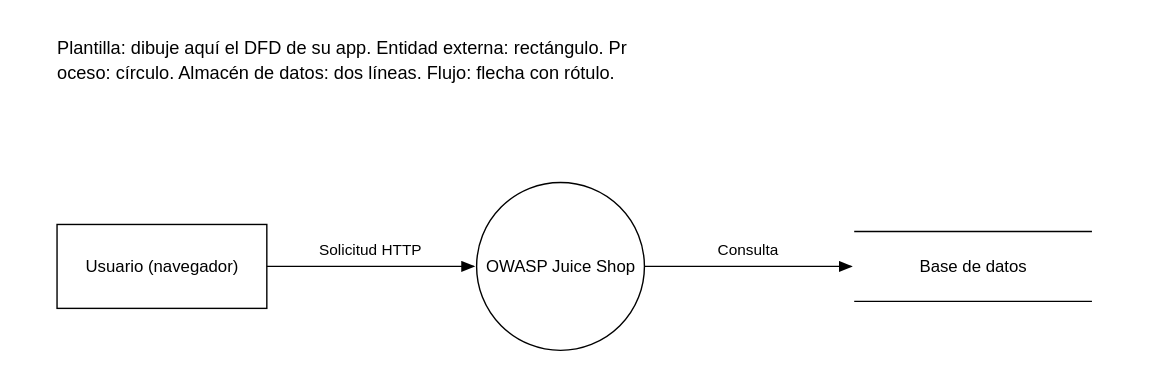
The draw.io diagram seguridad/fase-2/dfd.drawio.svg in ManfredAzofeifa/sdlc-juice-shop-equipo-2, before a commit. Source tidied: cells renumbered, new cells last; positions are measured from the earlier drawing's top-left corner, leaving out a move shared by most shapes. Its diagram source:
```xml
<mxGraphModel>
  <root>
    <mxCell id="0" />
    <mxCell id="1" parent="0" />
    <mxCell id="2" value="Plantilla: dibuje aquí el DFD de su app. Entidad externa: rectángulo. Proceso: círculo. Almacén de datos: dos líneas. Flujo: flecha con rótulo." style="text;html=1;align=left;verticalAlign=top;whiteSpace=wrap;fontSize=13;" parent="1" vertex="1">
      <mxGeometry width="740" height="40" as="geometry" />
    </mxCell>
    <mxCell id="3" value="Usuario (navegador)" style="rounded=0;whiteSpace=wrap;html=1;" parent="1" vertex="1">
      <mxGeometry y="140" width="150" height="60" as="geometry" />
    </mxCell>
    <mxCell id="4" value="OWASP Juice Shop" style="ellipse;whiteSpace=wrap;html=1;" parent="1" vertex="1">
      <mxGeometry x="300" y="110" width="120" height="120" as="geometry" />
    </mxCell>
    <mxCell id="5" value="Base de datos" style="shape=partialRectangle;whiteSpace=wrap;html=1;left=0;right=0;fillColor=none;" parent="1" vertex="1">
      <mxGeometry x="570" y="145" width="170" height="50" as="geometry" />
    </mxCell>
    <mxCell id="6" value="Solicitud HTTP" style="endArrow=classic;html=1;" parent="1" edge="1" source="3" target="4">
      <mxGeometry relative="1" as="geometry" />
    </mxCell>
    <mxCell id="7" value="Consulta" style="endArrow=classic;html=1;" parent="1" edge="1" source="4" target="5">
      <mxGeometry relative="1" as="geometry" />
    </mxCell>
  </root>
</mxGraphModel>
```
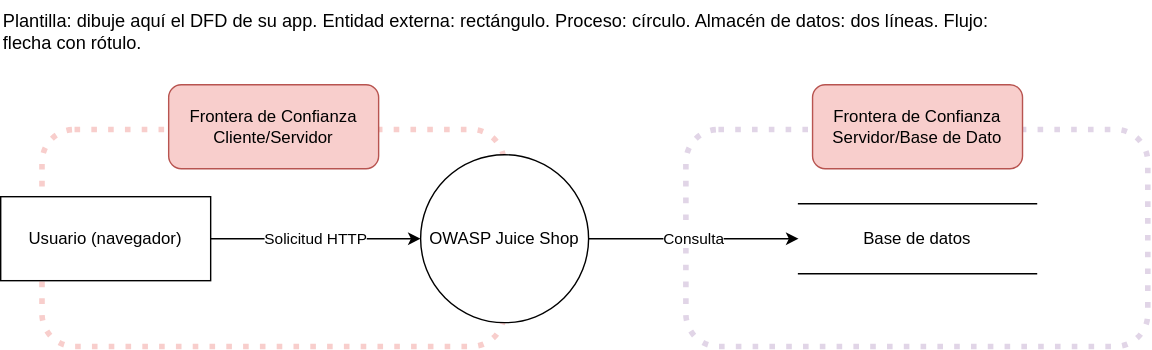
After the commit.

The edit, as a diff of the source:
```diff
@@ -2,6 +2,12 @@
   <root>
     <mxCell id="0" />
     <mxCell id="1" parent="0" />
+    <mxCell id="8" style="rounded=1;whiteSpace=wrap;html=1;roundedPerimeter=1;dashed=1;dashPattern=1 2;fillColor=none;strokeWidth=4;strokeColor=light-dark(#e1d5e7, #ededed);perimeterSpacing=19;" parent="1" vertex="1">
+      <mxGeometry x="490" y="92.5" width="330" height="155" as="geometry" />
+    </mxCell>
+    <mxCell id="9" style="rounded=1;whiteSpace=wrap;html=1;roundedPerimeter=1;dashed=1;dashPattern=1 2;fillColor=none;strokeWidth=4;strokeColor=light-dark(#f8cecc, #ededed);perimeterSpacing=19;" parent="1" vertex="1">
+      <mxGeometry x="30" y="92.5" width="330" height="155" as="geometry" />
+    </mxCell>
     <mxCell id="2" value="Plantilla: dibuje aquí el DFD de su app. Entidad externa: rectángulo. Proceso: círculo. Almacén de datos: dos líneas. Flujo: flecha con rótulo." style="text;html=1;align=left;verticalAlign=top;whiteSpace=wrap;fontSize=13;" parent="1" vertex="1">
       <mxGeometry width="740" height="40" as="geometry" />
     </mxCell>
@@ -20,5 +26,11 @@
     <mxCell id="7" value="Consulta" style="endArrow=classic;html=1;" parent="1" edge="1" source="4" target="5">
       <mxGeometry relative="1" as="geometry" />
     </mxCell>
+    <mxCell id="10" value="Frontera de Confianza&lt;br&gt;Cliente/Servidor" style="rounded=1;whiteSpace=wrap;html=1;roundedPerimeter=1;fillColor=#f8cecc;strokeColor=#b85450;" parent="1" vertex="1">
+      <mxGeometry x="120" y="60" width="150" height="60" as="geometry" />
+    </mxCell>
+    <mxCell id="11" value="Frontera de Confianza&lt;br&gt;Servidor/Base de Dato" style="rounded=1;whiteSpace=wrap;html=1;roundedPerimeter=1;fillColor=#f8cecc;strokeColor=#b85450;" parent="1" vertex="1">
+      <mxGeometry x="580" y="60" width="150" height="60" as="geometry" />
+    </mxCell>
   </root>
 </mxGraphModel>
```
